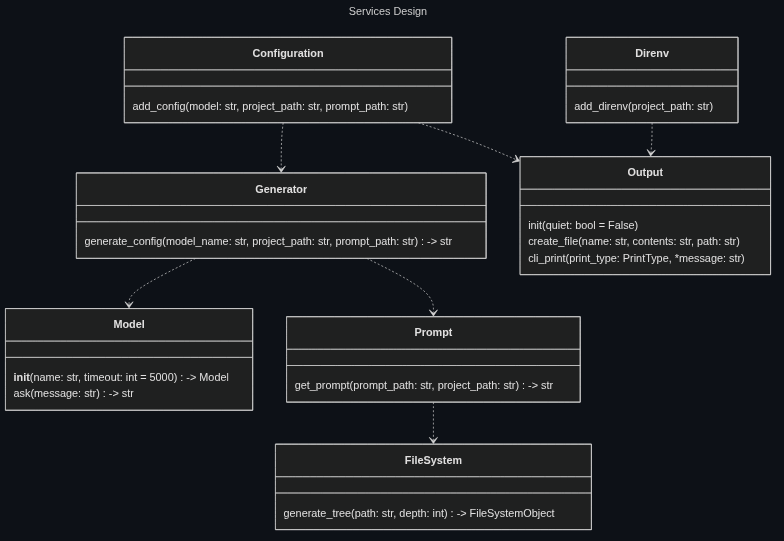
This is docs/assets/mermaid/services_design.png from Oldranda1414/AutoDev, a Mermaid export, as it was before one commit. Its source is kept beside it as docs/assets/src/services_design.mmd.
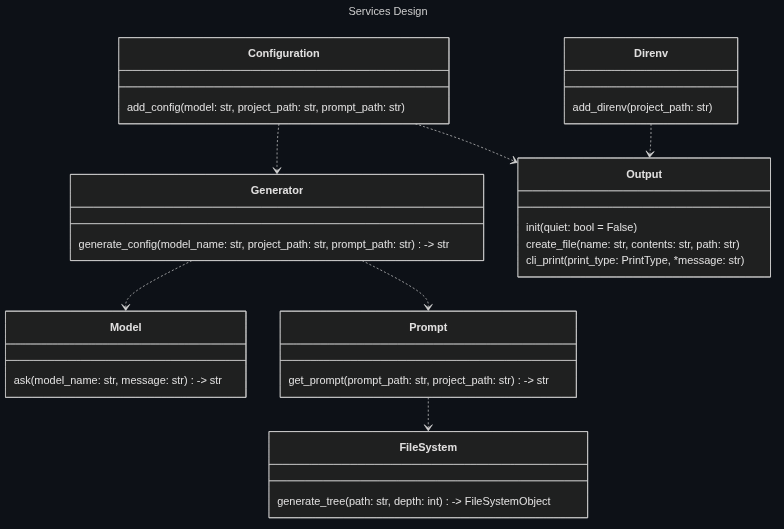
Later version of the same file.

Change to the diagram source:
```diff
@@ -16,8 +16,7 @@
     }
 
     class Model {
-        __init__(name: str, timeout: int = 5000) -> Model
-        ask(message: str) -> str
+        ask(model_name: str, message: str) -> str
     }
 
     class Prompt {
```
